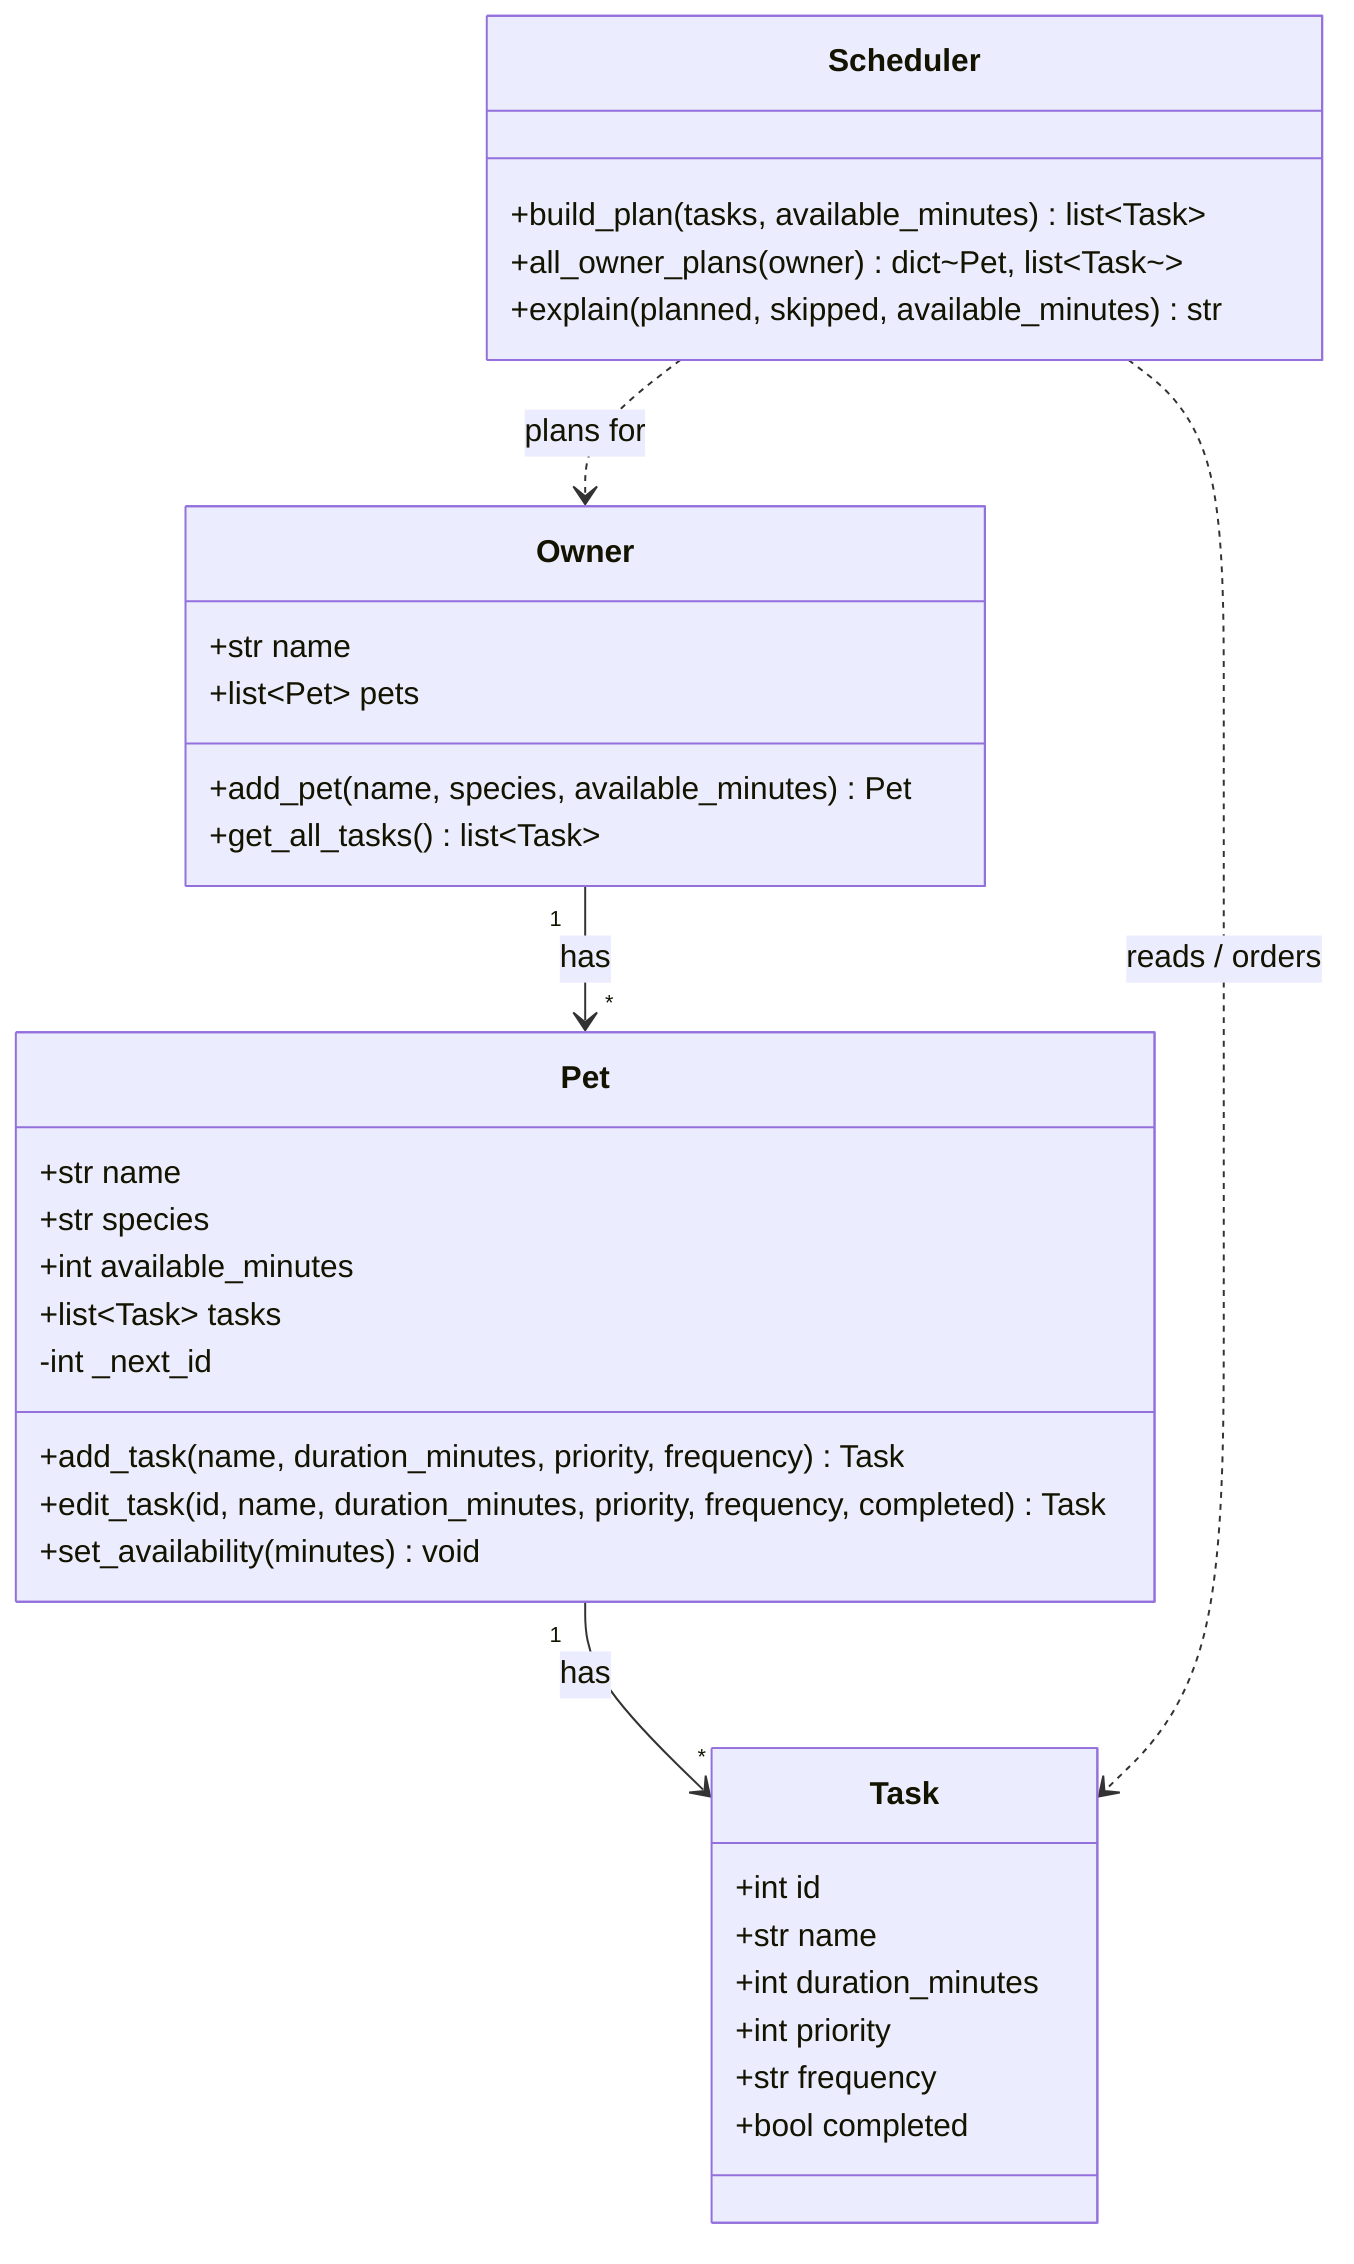
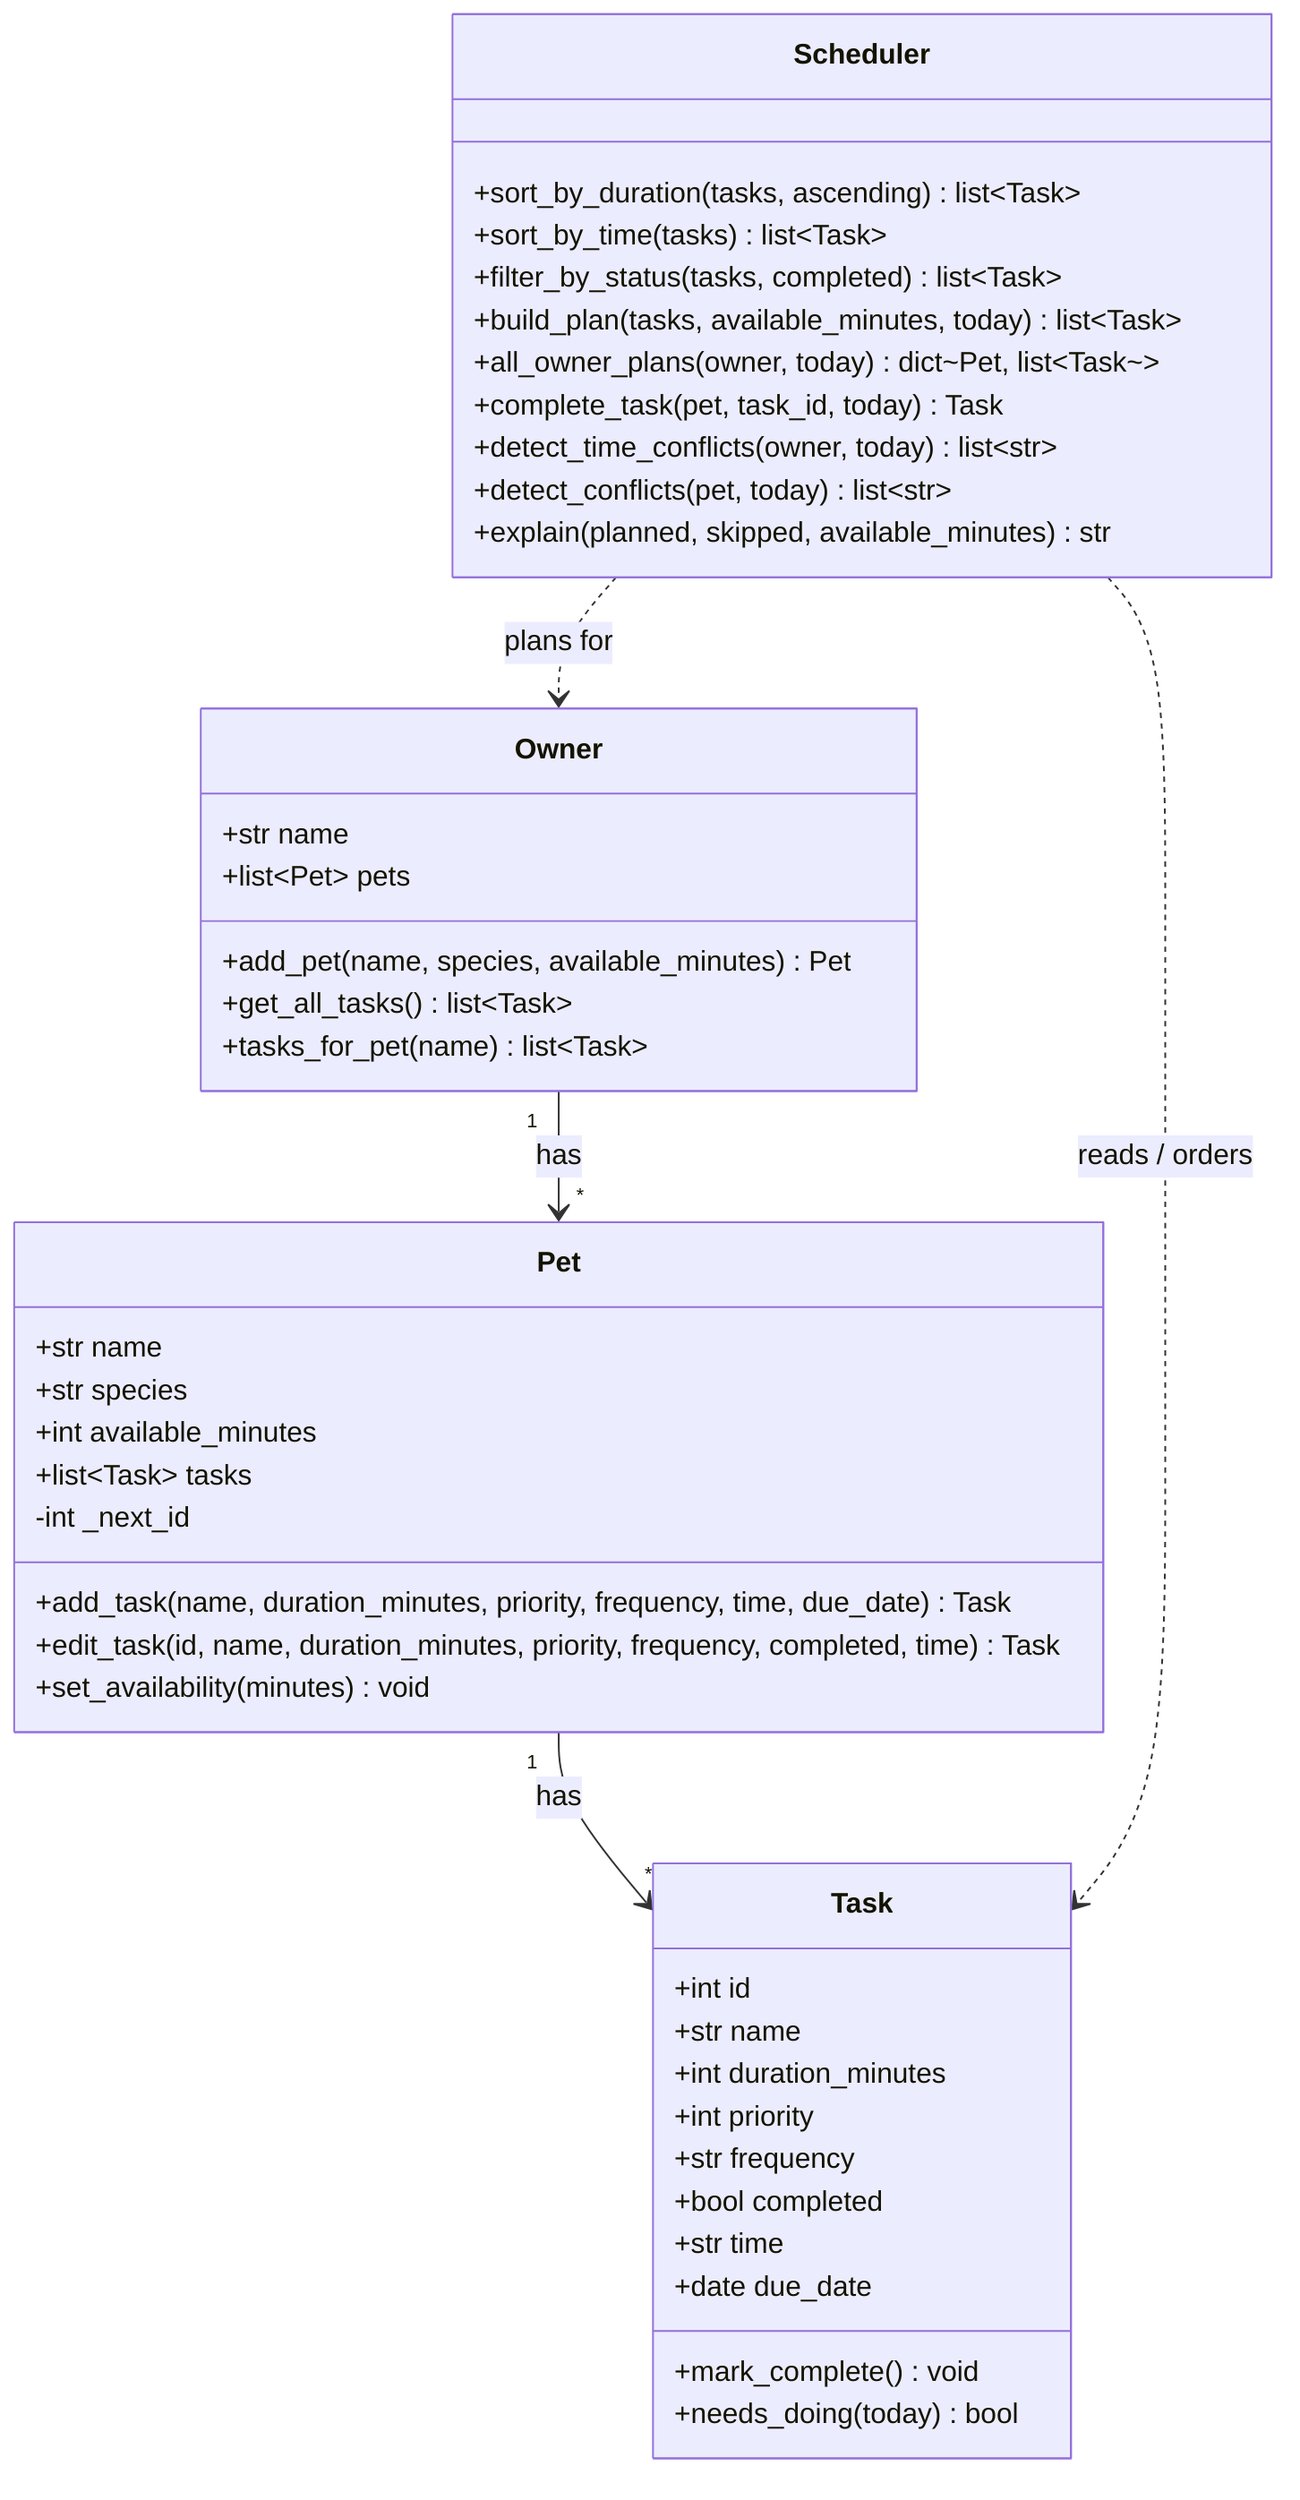
classDiagram
    %% PawPal+ — plans a pet owner's daily care tasks within a time budget.
    %% Priority is stored as a number internally (higher = more important);
    %% the UI maps it to/from labels (high / medium / low).

    class Task {
        +int id
        +str name
        +int duration_minutes
        +int priority
        +str frequency
        +bool completed
+         +str time
+         +date due_date
+         +mark_complete() void
+         +needs_doing(today) bool
    }

    class Pet {
        +str name
        +str species
        +int available_minutes
        +list~Task~ tasks
        -int _next_id
-         +add_task(name, duration_minutes, priority, frequency) Task
-         +edit_task(id, name, duration_minutes, priority, frequency, completed) Task
+         +add_task(name, duration_minutes, priority, frequency, time, due_date) Task
+         +edit_task(id, name, duration_minutes, priority, frequency, completed, time) Task
        +set_availability(minutes) void
    }

    class Owner {
        +str name
        +list~Pet~ pets
        +add_pet(name, species, available_minutes) Pet
        +get_all_tasks() list~Task~
+         +tasks_for_pet(name) list~Task~
    }

    class Scheduler {
-         +build_plan(tasks, available_minutes) list~Task~
-         +all_owner_plans(owner) dict~Pet, list~Task~~
+         +sort_by_duration(tasks, ascending) list~Task~
+         +sort_by_time(tasks) list~Task~
+         +filter_by_status(tasks, completed) list~Task~
+         +build_plan(tasks, available_minutes, today) list~Task~
+         +all_owner_plans(owner, today) dict~Pet, list~Task~~
+         +complete_task(pet, task_id, today) Task
+         +detect_time_conflicts(owner, today) list~str~
+         +detect_conflicts(pet, today) list~str~
        +explain(planned, skipped, available_minutes) str
    }

    Owner "1" --> "*" Pet : has
    Pet "1" --> "*" Task : has
    Scheduler ..> Owner : plans for
    Scheduler ..> Task : reads / orders

    %% ────────────────────────────────────────────────────────────
    %% Design notes (kept from brainstorming — not part of the diagram)
    %%
    %% ANALYZING THE CASE
    %%   pet owner with a pet/pets
    %%   actions for assistant/code:
    %%     track pet care tasks (walk, feeding, meds, grooming etc)
    %%     consider constraints for owner (time availability, priority)
    %%     produce a daily plan for owner and explain why
    %%
    %% SCENARIO
    %%   - owner navigates to the app
    %%   - adds/edits tasks (duration + priority) + how much time they have
    %%   - app generates a daily plan based on constraints and priority
    %%   - displays the plan clearly, explaining the reasoning too
    %%   - tests: tasks shouldn't exceed available time; priority is honored
    %%
    %% KEY DESIGN DECISIONS
    %%   - No fixed clock times: output an ORDERED list of tasks + durations
    %%     that fits the time budget; owner decides when to do each.
    %%   - Sort strictly by priority, then shortest-duration as tie-break.
    %%   - Filter = "skip and keep going": if a task doesn't fit, skip it and
    %%     try the next, so leftover time isn't wasted. Greedy, not optimal.
    %%   - Tasks live on the Pet; an Owner has many Pets. For a multi-pet
    %%     owner we produce ONE schedule PER PET (not one combined plan).
    %%   - available_minutes lives on each Pet: the owner allocates time per pet
    %%     (e.g. 60 min dog, 30 min cat). Each pet is scheduled against its own
    %%     budget. Simplification: no owner-wide total cap across all pets.
    %%   - Each Task has a unique id (name isn't unique). Owner keeps a
    %%     _next_id counter so ids are deterministic (1, 2, 3...) — good
    %%     for tests. edit_task finds a task by id. No parallel name->id
    %%     index: the task list is the single source of truth.
